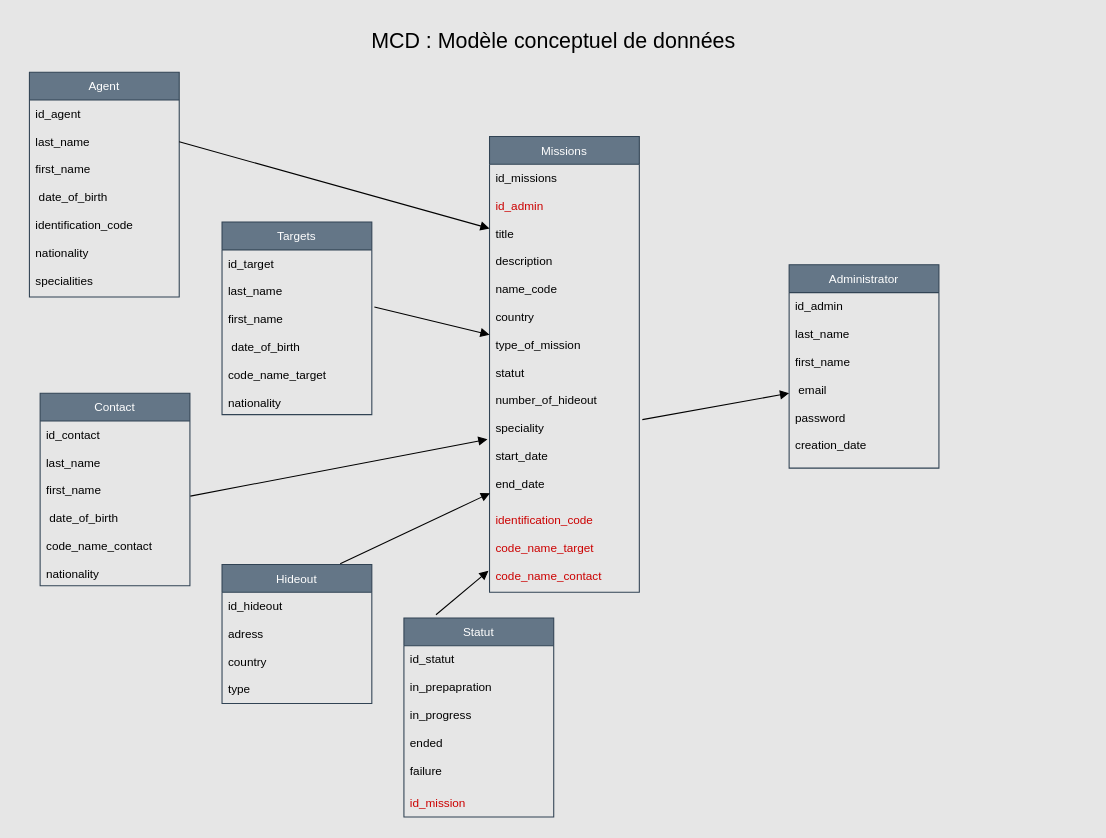
Above: Diagrammes/MLD.drawio in Neeruam244/kgb (draw.io), before the change. Source tidied: cells renumbered, new cells numbered last; positions are measured from the earlier drawing's top-left corner, leaving out a move shared by most shapes. Both pictures are drawn from the tidied source at 107%, with x=0, y=0 at pixel (18, 18).
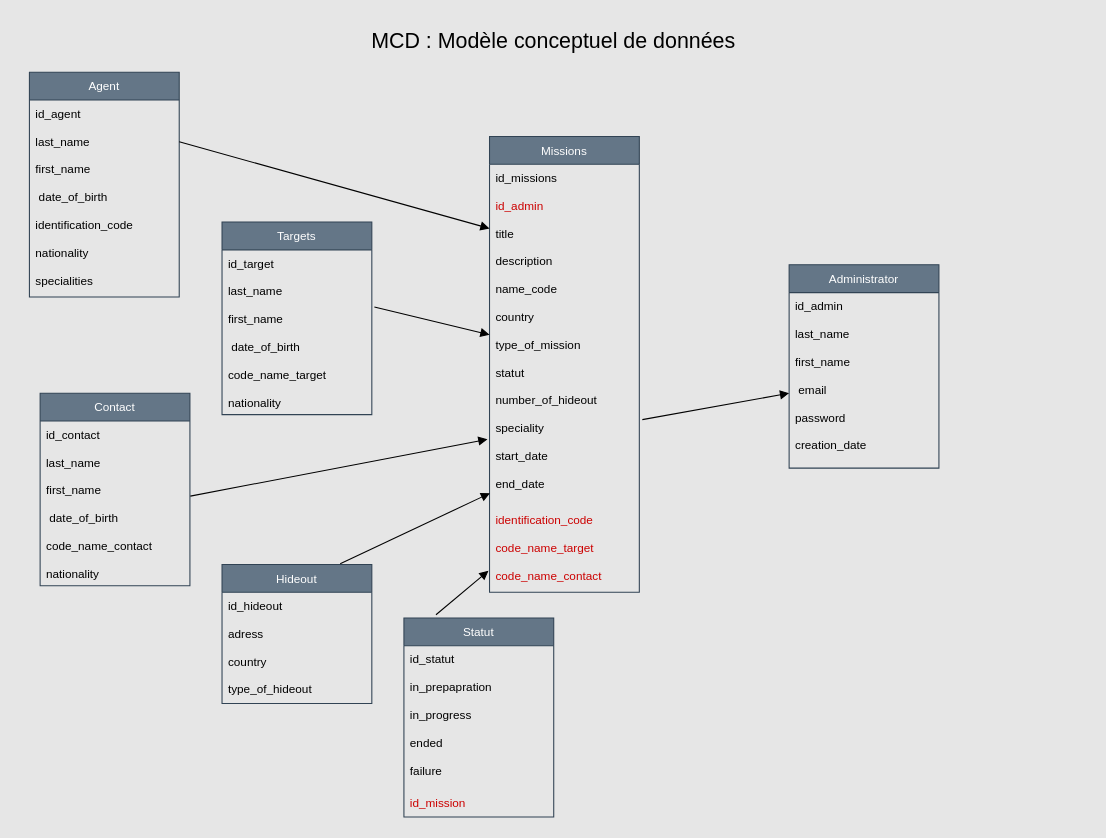
The same page after the edit.

The change refers to these unchanged cells:
```xml
<mxCell id="15" value="Hideout" style="swimlane;fontStyle=0;horizontal=1;startSize=26;fillColor=#647687;fontSize=11;fontColor=#ffffff;strokeColor=#314354;" parent="1" vertex="1">
  <mxGeometry x="190" y="510" width="140" height="130" as="geometry" />
</mxCell>
```

Diff of the diagram source:
```diff
@@
-    <mxCell id="18" value="country&#10;&#10;type" style="text;strokeColor=none;fillColor=none;align=left;verticalAlign=top;spacingLeft=4;spacingRight=4;overflow=hidden;fontSize=11;fontColor=#000000;" parent="15" vertex="1">
+    <mxCell id="18" value="country&#10;&#10;type_of_hideout" style="text;strokeColor=none;fillColor=none;align=left;verticalAlign=top;spacingLeft=4;spacingRight=4;overflow=hidden;fontSize=11;fontColor=#000000;" parent="15" vertex="1">
       <mxGeometry y="78" width="140" height="52" as="geometry" />
     </mxCell>
```
